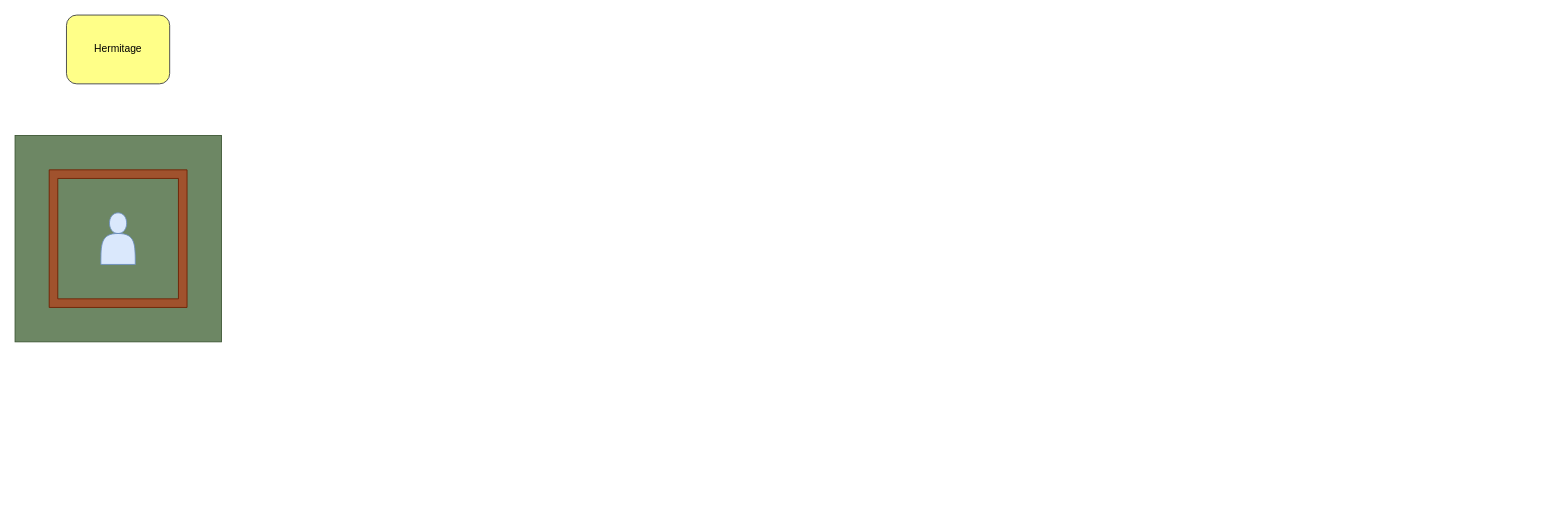
Earlier version of the draw.io diagram page "Monastic" (2 of 3) of manual/castle_design/fortifications.drawio (WiebedeBoer/middle3D). Source tidied: cells renumbered, new cells numbered last; positions are measured from the earlier drawing's top-left corner, leaving out a move shared by most shapes. Both pictures are drawn from the tidied source at 86%, with x=0, y=0 at pixel (15, 15).
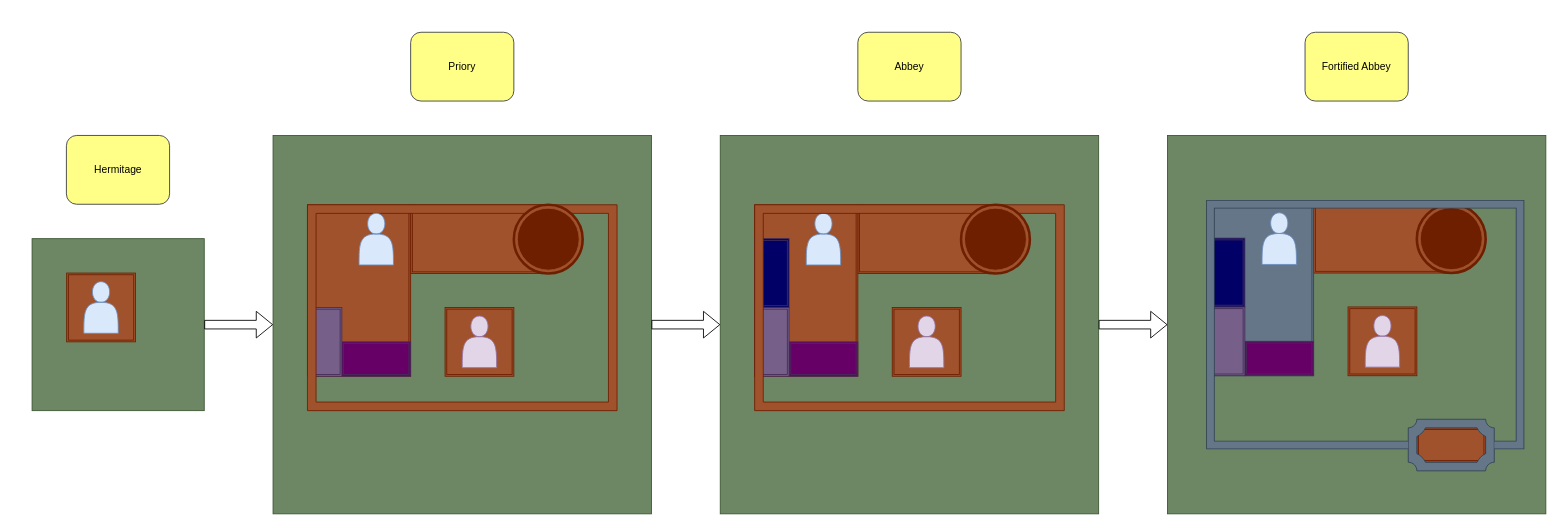
Above is the later version.

What changed in the source:
```diff
@@
+    <mxCell id="6" style="rounded=0;whiteSpace=wrap;html=1;fillColor=#6d8764;strokeColor=#3A5431;fontColor=#ffffff;" parent="1" vertex="1">
+      <mxGeometry x="1340" y="140" width="440" height="440" as="geometry" />
+    </mxCell>
+    <mxCell id="7" style="shape=ext;double=1;rounded=0;whiteSpace=wrap;html=1;fillColor=#a0522d;strokeColor=#6D1F00;fontColor=#ffffff;" parent="1" vertex="1">
+      <mxGeometry x="1630" y="480" width="80" height="40" as="geometry" />
+    </mxCell>
     <mxCell id="2" style="rounded=0;whiteSpace=wrap;html=1;fillColor=#6d8764;strokeColor=#3A5431;fontColor=#ffffff;" parent="1" vertex="1">
-      <mxGeometry y="140" width="240" height="240" as="geometry" />
+      <mxGeometry x="19.8" y="260" width="200.2" height="200" as="geometry" />
     </mxCell>
+    <mxCell id="5" value="Hermitage" style="rounded=1;whiteSpace=wrap;html=1;shadow=0;fillColor=#ffff88;strokeColor=#36393d;" parent="1" vertex="1">
+      <mxGeometry x="59.7" y="140" width="120" height="80" as="geometry" />
+    </mxCell>
+    <mxCell id="8" value="Priory" style="rounded=1;whiteSpace=wrap;html=1;shadow=0;fillColor=#ffff88;strokeColor=#36393d;" parent="1" vertex="1">
+      <mxGeometry x="460" y="20" width="120" height="80" as="geometry" />
+    </mxCell>
+    <mxCell id="9" value="Abbey" style="rounded=1;whiteSpace=wrap;html=1;shadow=0;fillColor=#ffff88;strokeColor=#36393d;" parent="1" vertex="1">
+      <mxGeometry x="980" y="20" width="120" height="80" as="geometry" />
+    </mxCell>
+    <mxCell id="10" value="Fortified Abbey" style="rounded=1;whiteSpace=wrap;html=1;shadow=0;fillColor=#ffff88;strokeColor=#36393d;" parent="1" vertex="1">
+      <mxGeometry x="1500" y="20" width="120" height="80" as="geometry" />
+    </mxCell>
+    <mxCell id="11" style="shape=ext;double=1;rounded=0;whiteSpace=wrap;html=1;fillColor=#a0522d;strokeColor=#6D1F00;fontColor=#ffffff;" parent="1" vertex="1">
+      <mxGeometry x="60" y="300" width="80" height="80" as="geometry" />
+    </mxCell>
     <mxCell id="3" style="shape=actor;whiteSpace=wrap;html=1;fillColor=#dae8fc;strokeColor=#6c8ebf;" parent="1" vertex="1">
-      <mxGeometry x="99.8" y="230" width="40" height="60" as="geometry" />
+      <mxGeometry x="80" y="310" width="40" height="60" as="geometry" />
     </mxCell>
+    <mxCell id="12" style="rounded=0;whiteSpace=wrap;html=1;fillColor=#6d8764;strokeColor=#3A5431;fontColor=#ffffff;" parent="1" vertex="1">
+      <mxGeometry x="300" y="140" width="440" height="440" as="geometry" />
+    </mxCell>
+    <mxCell id="13" style="shape=ext;double=1;rounded=0;whiteSpace=wrap;html=1;fillColor=#a0522d;strokeColor=#6D1F00;fontColor=#ffffff;" parent="1" vertex="1">
+      <mxGeometry x="460" y="220.6" width="160" height="80" as="geometry" />
+    </mxCell>
+    <mxCell id="14" style="shape=ext;double=1;rounded=0;whiteSpace=wrap;html=1;fillColor=#a0522d;strokeColor=#6D1F00;fontColor=#ffffff;" parent="1" vertex="1">
+      <mxGeometry x="500" y="340" width="80" height="80" as="geometry" />
+    </mxCell>
+    <mxCell id="15" style="shape=ext;double=1;rounded=0;whiteSpace=wrap;html=1;fillColor=#a0522d;strokeColor=#6D1F00;fontColor=#ffffff;" parent="1" vertex="1">
+      <mxGeometry x="340" y="220.6" width="120" height="199.4" as="geometry" />
+    </mxCell>
+    <mxCell id="16" style="shape=ext;double=1;rounded=0;whiteSpace=wrap;html=1;fillColor=#660066;strokeColor=#432D57;fontColor=#ffffff;" parent="1" vertex="1">
+      <mxGeometry x="380" y="380" width="80" height="40" as="geometry" />
+    </mxCell>
+    <mxCell id="17" style="shape=ext;double=1;rounded=0;whiteSpace=wrap;html=1;fillColor=#76608a;strokeColor=#432D57;fontColor=#ffffff;" parent="1" vertex="1">
+      <mxGeometry x="340" y="340" width="40" height="80" as="geometry" />
+    </mxCell>
     <mxCell id="4" style="verticalLabelPosition=bottom;verticalAlign=top;html=1;shape=mxgraph.basic.frame;dx=10;fillColor=#a0522d;strokeColor=#6D1F00;fontColor=#ffffff;" parent="1" vertex="1">
-      <mxGeometry x="39.7" y="180" width="160.3" height="160" as="geometry" />
+      <mxGeometry x="340" y="220.6" width="360" height="239.4" as="geometry" />
     </mxCell>
-    <mxCell id="5" value="Hermitage" style="rounded=1;whiteSpace=wrap;html=1;shadow=0;fillColor=#ffff88;strokeColor=#36393d;" parent="1" vertex="1">
-      <mxGeometry x="59.8" width="120" height="80" as="geometry" />
-    </mxCell>
+    <mxCell id="18" style="shape=mxgraph.bpmn.shape;html=1;verticalLabelPosition=bottom;labelBackgroundColor=#ffffff;verticalAlign=top;align=center;perimeter=ellipsePerimeter;outline=end;symbol=terminate;fillColor=#a0522d;strokeColor=#6D1F00;fontColor=#ffffff;" parent="1" vertex="1">
+      <mxGeometry x="580" y="220.6" width="80" height="80" as="geometry" />
+    </mxCell>
+    <mxCell id="19" style="shape=actor;whiteSpace=wrap;html=1;fillColor=#dae8fc;strokeColor=#6c8ebf;" parent="1" vertex="1">
+      <mxGeometry x="400" y="230.6" width="40" height="60" as="geometry" />
+    </mxCell>
+    <mxCell id="20" style="shape=actor;whiteSpace=wrap;html=1;fillColor=#e1d5e7;strokeColor=#9673a6;" parent="1" vertex="1">
+      <mxGeometry x="520" y="350" width="40" height="60" as="geometry" />
+    </mxCell>
+    <mxCell id="21" style="rounded=0;whiteSpace=wrap;html=1;fillColor=#6d8764;strokeColor=#3A5431;fontColor=#ffffff;" parent="1" vertex="1">
+      <mxGeometry x="820" y="140" width="440" height="440" as="geometry" />
+    </mxCell>
+    <mxCell id="22" style="shape=ext;double=1;rounded=0;whiteSpace=wrap;html=1;fillColor=#a0522d;strokeColor=#6D1F00;fontColor=#ffffff;" parent="1" vertex="1">
+      <mxGeometry x="980" y="220.6" width="160" height="80" as="geometry" />
+    </mxCell>
+    <mxCell id="23" style="shape=ext;double=1;rounded=0;whiteSpace=wrap;html=1;fillColor=#a0522d;strokeColor=#6D1F00;fontColor=#ffffff;" parent="1" vertex="1">
+      <mxGeometry x="1020" y="340" width="80" height="80" as="geometry" />
+    </mxCell>
+    <mxCell id="24" style="shape=ext;double=1;rounded=0;whiteSpace=wrap;html=1;fillColor=#a0522d;strokeColor=#6D1F00;fontColor=#ffffff;" parent="1" vertex="1">
+      <mxGeometry x="860" y="220.6" width="120" height="199.4" as="geometry" />
+    </mxCell>
+    <mxCell id="25" style="shape=ext;double=1;rounded=0;whiteSpace=wrap;html=1;fillColor=#660066;strokeColor=#432D57;fontColor=#ffffff;" parent="1" vertex="1">
+      <mxGeometry x="900" y="380" width="80" height="40" as="geometry" />
+    </mxCell>
+    <mxCell id="26" style="shape=ext;double=1;rounded=0;whiteSpace=wrap;html=1;fillColor=#76608a;strokeColor=#432D57;fontColor=#ffffff;" parent="1" vertex="1">
+      <mxGeometry x="860" y="340" width="40" height="80" as="geometry" />
+    </mxCell>
+    <mxCell id="27" style="shape=actor;whiteSpace=wrap;html=1;fillColor=#dae8fc;strokeColor=#6c8ebf;" parent="1" vertex="1">
+      <mxGeometry x="920" y="230.6" width="40" height="60" as="geometry" />
+    </mxCell>
+    <mxCell id="28" style="shape=actor;whiteSpace=wrap;html=1;fillColor=#e1d5e7;strokeColor=#9673a6;" parent="1" vertex="1">
+      <mxGeometry x="1040" y="350" width="40" height="60" as="geometry" />
+    </mxCell>
+    <mxCell id="29" style="shape=ext;double=1;rounded=0;whiteSpace=wrap;html=1;fillColor=#000066;strokeColor=#432D57;fontColor=#ffffff;" parent="1" vertex="1">
+      <mxGeometry x="860" y="260" width="40" height="80" as="geometry" />
+    </mxCell>
+    <mxCell id="30" style="verticalLabelPosition=bottom;verticalAlign=top;html=1;shape=mxgraph.basic.frame;dx=10;fillColor=#a0522d;strokeColor=#6D1F00;fontColor=#ffffff;" parent="1" vertex="1">
+      <mxGeometry x="860" y="220.6" width="360" height="239.4" as="geometry" />
+    </mxCell>
+    <mxCell id="31" style="shape=mxgraph.bpmn.shape;html=1;verticalLabelPosition=bottom;labelBackgroundColor=#ffffff;verticalAlign=top;align=center;perimeter=ellipsePerimeter;outline=end;symbol=terminate;fillColor=#a0522d;strokeColor=#6D1F00;fontColor=#ffffff;" parent="1" vertex="1">
+      <mxGeometry x="1100" y="220.6" width="80" height="80" as="geometry" />
+    </mxCell>
+    <mxCell id="32" style="shape=ext;double=1;rounded=0;whiteSpace=wrap;html=1;fillColor=#a0522d;strokeColor=#6D1F00;fontColor=#ffffff;" parent="1" vertex="1">
+      <mxGeometry x="1510" y="220" width="160" height="80" as="geometry" />
+    </mxCell>
+    <mxCell id="33" style="shape=ext;double=1;rounded=0;whiteSpace=wrap;html=1;fillColor=#a0522d;strokeColor=#6D1F00;fontColor=#ffffff;" parent="1" vertex="1">
+      <mxGeometry x="1550" y="339.4" width="80" height="80" as="geometry" />
+    </mxCell>
+    <mxCell id="34" style="shape=ext;double=1;rounded=0;whiteSpace=wrap;html=1;fillColor=#647687;strokeColor=#314354;fontColor=#ffffff;" parent="1" vertex="1">
+      <mxGeometry x="1390" y="220" width="120" height="199.4" as="geometry" />
+    </mxCell>
+    <mxCell id="35" style="shape=ext;double=1;rounded=0;whiteSpace=wrap;html=1;fillColor=#660066;strokeColor=#432D57;fontColor=#ffffff;" parent="1" vertex="1">
+      <mxGeometry x="1430" y="379.4" width="80" height="40" as="geometry" />
+    </mxCell>
+    <mxCell id="36" style="shape=ext;double=1;rounded=0;whiteSpace=wrap;html=1;fillColor=#76608a;strokeColor=#432D57;fontColor=#ffffff;" parent="1" vertex="1">
+      <mxGeometry x="1390" y="339.4" width="40" height="80" as="geometry" />
+    </mxCell>
+    <mxCell id="37" style="shape=actor;whiteSpace=wrap;html=1;fillColor=#dae8fc;strokeColor=#6c8ebf;" parent="1" vertex="1">
+      <mxGeometry x="1450" y="230" width="40" height="60" as="geometry" />
+    </mxCell>
+    <mxCell id="38" style="shape=actor;whiteSpace=wrap;html=1;fillColor=#e1d5e7;strokeColor=#9673a6;" parent="1" vertex="1">
+      <mxGeometry x="1570" y="349.4" width="40" height="60" as="geometry" />
+    </mxCell>
+    <mxCell id="39" style="shape=ext;double=1;rounded=0;whiteSpace=wrap;html=1;fillColor=#000066;strokeColor=#432D57;fontColor=#ffffff;" parent="1" vertex="1">
+      <mxGeometry x="1390" y="259.4" width="40" height="80" as="geometry" />
+    </mxCell>
+    <mxCell id="40" style="shape=mxgraph.bpmn.shape;html=1;verticalLabelPosition=bottom;labelBackgroundColor=#ffffff;verticalAlign=top;align=center;perimeter=ellipsePerimeter;outline=end;symbol=terminate;fillColor=#a0522d;strokeColor=#6D1F00;fontColor=#ffffff;" parent="1" vertex="1">
+      <mxGeometry x="1630" y="220" width="80" height="80" as="geometry" />
+    </mxCell>
+    <mxCell id="41" style="verticalLabelPosition=bottom;verticalAlign=top;html=1;shape=mxgraph.basic.plaque_frame;dx=10;fillColor=#647687;strokeColor=#314354;fontColor=#ffffff;shadow=0;" parent="1" vertex="1">
+      <mxGeometry x="1620" y="470" width="100" height="60" as="geometry" />
+    </mxCell>
+    <mxCell id="42" style="shape=filledEdge;rounded=0;fixDash=1;endArrow=none;strokeWidth=10;fillColor=#647687;edgeStyle=orthogonalEdgeStyle;strokeColor=#314354;entryX=1;entryY=0.5;entryDx=0;entryDy=0;entryPerimeter=0;exitX=0;exitY=0.5;exitDx=0;exitDy=0;exitPerimeter=0;" parent="1" edge="1" source="41" target="41">
+      <mxGeometry relative="1" as="geometry">
+        <Array as="points">
+          <mxPoint x="1390" y="500" />
+          <mxPoint x="1390" y="220" />
+          <mxPoint x="1750" y="220" />
+          <mxPoint x="1750" y="500" />
+        </Array>
+      </mxGeometry>
+    </mxCell>
+    <mxCell id="43" style="shape=flexArrow;endArrow=classic;html=1;entryX=0;entryY=0.5;entryDx=0;entryDy=0;exitX=1;exitY=0.5;exitDx=0;exitDy=0;" parent="1" edge="1" source="2" target="12">
+      <mxGeometry relative="1" as="geometry" />
+    </mxCell>
+    <mxCell id="44" style="shape=flexArrow;endArrow=classic;html=1;entryX=0;entryY=0.5;entryDx=0;entryDy=0;exitX=1;exitY=0.5;exitDx=0;exitDy=0;" parent="1" edge="1" source="12" target="21">
+      <mxGeometry relative="1" as="geometry" />
+    </mxCell>
+    <mxCell id="45" style="shape=flexArrow;endArrow=classic;html=1;entryX=0;entryY=0.5;entryDx=0;entryDy=0;exitX=1;exitY=0.5;exitDx=0;exitDy=0;" parent="1" edge="1" source="21" target="6">
+      <mxGeometry relative="1" as="geometry" />
+    </mxCell>
```
